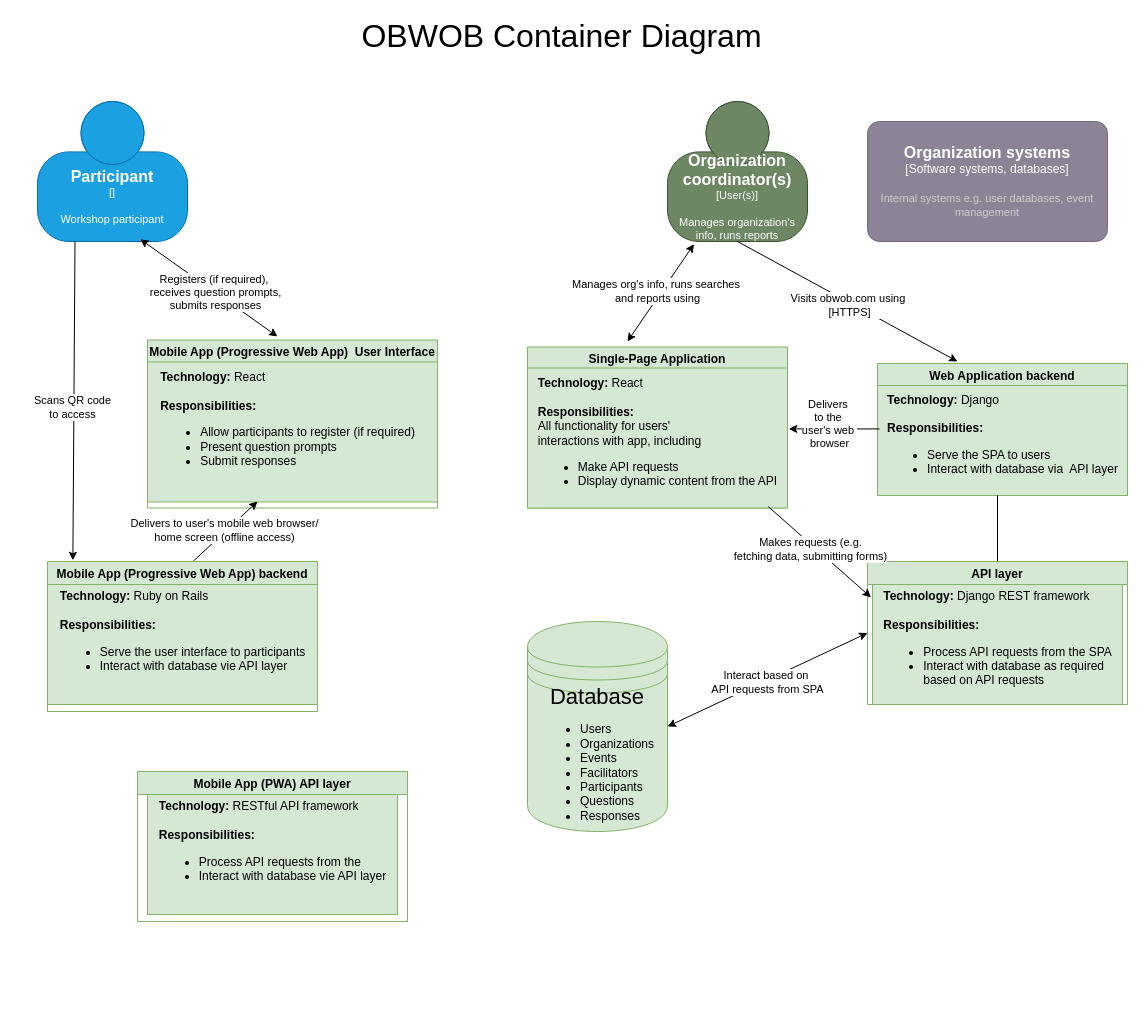
Above: documentation/c4-diagrams/2_obwob_container_diagram.drawio in laurapg1214/impact-web-interface (draw.io), before the change. Source tidied: cells renumbered, new cells numbered last; positions are measured from the earlier drawing's top-left corner, leaving out a move shared by most shapes. Both pictures are drawn from the tidied source at 100%, with x=0, y=0 at pixel (37, 21).
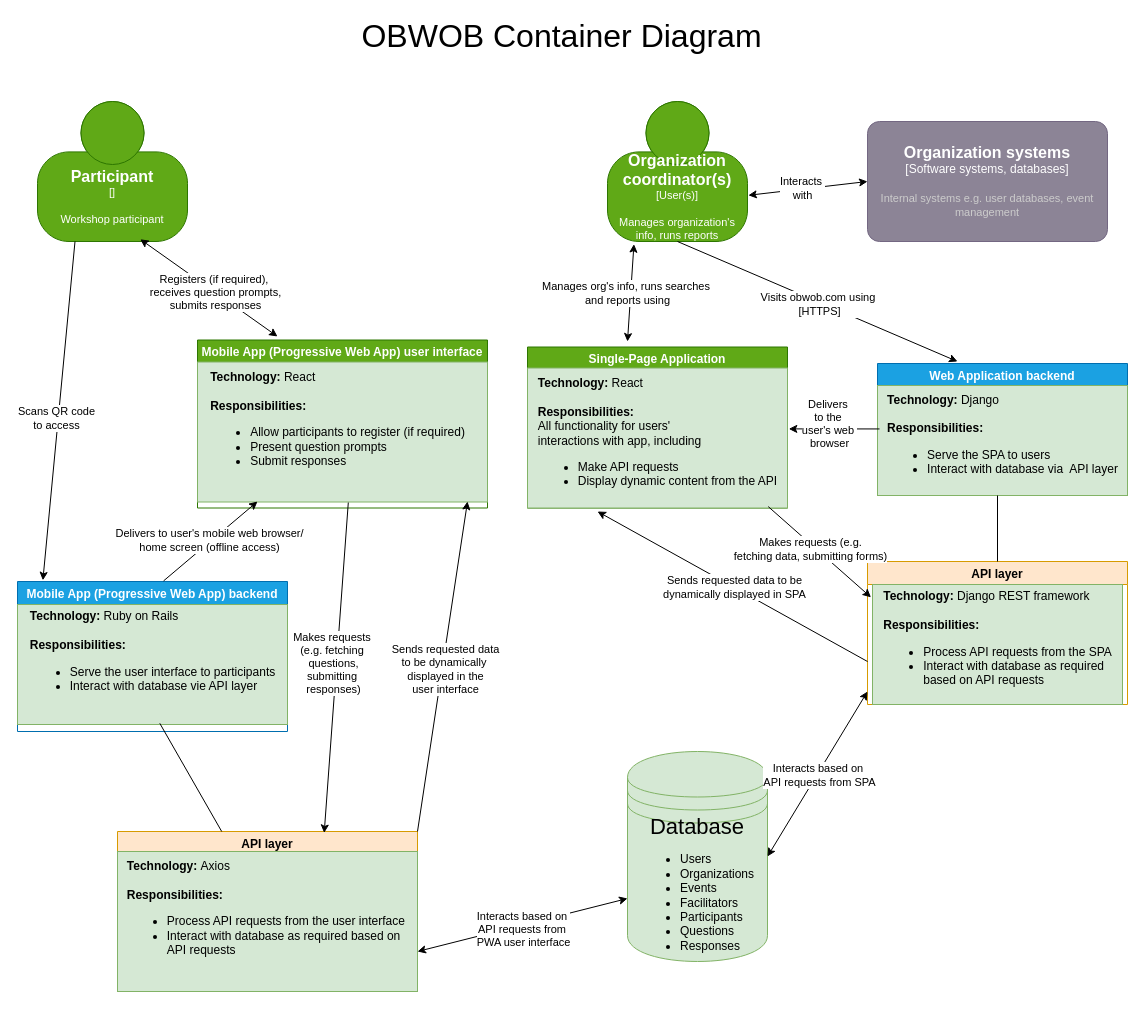
After the change.

Commit message:
mobile containers added - first draft complete

The change refers to these unchanged cells:
```xml
<mxCell id="15" value="&lt;div style=&quot;text-align: left;&quot;&gt;&lt;b style=&quot;background-color: initial;&quot;&gt;Technology: &lt;/b&gt;&lt;span style=&quot;background-color: initial;&quot;&gt;React&lt;/span&gt;&lt;/div&gt;&lt;div style=&quot;text-align: left;&quot;&gt;&lt;b&gt;&lt;br&gt;&lt;/b&gt;&lt;/div&gt;&lt;div style=&quot;text-align: left;&quot;&gt;&lt;b&gt;Responsibilities:&lt;/b&gt;&lt;/div&gt;&lt;div style=&quot;text-align: left;&quot;&gt;&lt;ul&gt;&lt;li&gt;Allow participants to register (if required)&amp;nbsp; &amp;nbsp;&lt;/li&gt;&lt;li&gt;Present question prompts&lt;/li&gt;&lt;li&gt;Submit responses&lt;/li&gt;&lt;/ul&gt;&lt;/div&gt;&lt;div style=&quot;text-align: left;&quot;&gt;&lt;span style=&quot;background-color: initial;&quot;&gt;&lt;br&gt;&lt;/span&gt;&lt;/div&gt;" style="text;html=1;align=center;verticalAlign=middle;points=[];strokeColor=#82b366;fillColor=#d5e8d4;" parent="14" vertex="1">
  <mxGeometry y="22" width="290" height="140" as="geometry" />
</mxCell>
<object id="18" label="&lt;font style=&quot;font-size: 16px&quot;&gt;&lt;b&gt;%c4Name%&lt;/b&gt;&lt;/font&gt;&lt;div&gt;[%c4Type%]&lt;/div&gt;&lt;br&gt;&lt;div&gt;&lt;font style=&quot;font-size: 11px&quot;&gt;&lt;font color=&quot;#cccccc&quot;&gt;%c4Description%&lt;/font&gt;&lt;/div&gt;" c4Description="Internal systems e.g. user databases, event management" c4Name="Organization systems" c4Type="Software systems, databases" placeholders="1">
  <mxCell style="rounded=1;whiteSpace=wrap;html=1;labelBackgroundColor=none;fillColor=#8C8496;fontColor=#ffffff;align=center;arcSize=10;strokeColor=#736782;points=[[0.25,0,0],[0.5,0,0],[0.75,0,0],[1,0.25,0],[1,0.5,0],[1,0.75,0],[0.75,1,0],[0.5,1,0],[0.25,1,0],[0,0.75,0],[0,0.5,0],[0,0.25,0]];" parent="1" vertex="1">
    <mxGeometry x="830" y="100" width="240" height="120" as="geometry" />
  </mxCell>
</object>
<mxCell id="27" value="&lt;div style=&quot;text-align: left;&quot;&gt;&lt;b style=&quot;background-color: initial;&quot;&gt;Technology: &lt;/b&gt;&lt;span style=&quot;background-color: initial;&quot;&gt;Ruby on Rails&lt;/span&gt;&lt;/div&gt;&lt;div style=&quot;text-align: left;&quot;&gt;&lt;b&gt;&lt;br&gt;&lt;/b&gt;&lt;/div&gt;&lt;div style=&quot;text-align: left;&quot;&gt;&lt;b&gt;Responsibilities:&lt;/b&gt;&lt;/div&gt;&lt;div style=&quot;text-align: left;&quot;&gt;&lt;ul&gt;&lt;li&gt;Serve the user interface to participants&lt;/li&gt;&lt;li&gt;Interact with database vie API layer&lt;/li&gt;&lt;/ul&gt;&lt;/div&gt;&lt;div style=&quot;text-align: left;&quot;&gt;&lt;span style=&quot;background-color: initial;&quot;&gt;&lt;br&gt;&lt;/span&gt;&lt;/div&gt;" style="text;html=1;align=center;verticalAlign=middle;points=[];strokeColor=#82b366;fillColor=#d5e8d4;" parent="26" vertex="1">
  <mxGeometry y="23" width="270" height="120" as="geometry" />
</mxCell>
```

The edit, as a diff of the source:
```diff
@@
     <object id="2" label="&lt;font style=&quot;font-size: 16px&quot;&gt;&lt;b&gt;%c4Name%&lt;/b&gt;&lt;/font&gt;&lt;div&gt;[%c4Type%]&lt;/div&gt;&lt;br&gt;&lt;div&gt;&lt;font style=&quot;font-size: 11px&quot;&gt;&lt;font color=&quot;#ffffff&quot;&gt;%c4Description%&lt;/font&gt;&lt;/div&gt;" c4Description="Workshop participant" c4Name="Participant" c4Type="" placeholders="1">
-      <mxCell style="html=1;fontSize=11;dashed=0;whiteSpace=wrap;shape=mxgraph.c4.person2;align=center;points=[[0.5,0,0],[1,0.5,0],[1,0.75,0],[0.75,1,0],[0.5,1,0],[0.25,1,0],[0,0.75,0],[0,0.5,0]];fillColor=#1ba1e2;strokeColor=#006EAF;fontColor=#ffffff;" parent="1" vertex="1">
+      <mxCell style="html=1;fontSize=11;dashed=0;whiteSpace=wrap;shape=mxgraph.c4.person2;align=center;points=[[0.5,0,0],[1,0.5,0],[1,0.75,0],[0.75,1,0],[0.5,1,0],[0.25,1,0],[0,0.75,0],[0,0.5,0]];fillColor=#60a917;strokeColor=#2D7600;fontColor=#ffffff;" parent="1" vertex="1">
         <mxGeometry y="80" width="150" height="140" as="geometry" />
       </mxCell>
     </object>
     <object id="3" label="&lt;font style=&quot;font-size: 16px&quot;&gt;&lt;b&gt;%c4Name%&lt;/b&gt;&lt;/font&gt;&lt;div&gt;[%c4Type%]&lt;/div&gt;&lt;br&gt;&lt;div&gt;&lt;font style=&quot;font-size: 11px&quot;&gt;&lt;font color=&quot;#ffffff&quot;&gt;%c4Description%&lt;/font&gt;&lt;/div&gt;" c4Description="Manages organization's info, runs reports" c4Name="Organization coordinator(s)" c4Type="User(s)" placeholders="1">
-      <mxCell style="html=1;fontSize=11;dashed=0;whiteSpace=wrap;fillColor=#6d8764;strokeColor=#3A5431;shape=mxgraph.c4.person2;align=center;points=[[0.5,0,0],[1,0.5,0],[1,0.75,0],[0.75,1,0],[0.5,1,0],[0.25,1,0],[0,0.75,0],[0,0.5,0]];fontColor=#ffffff;" parent="1" vertex="1">
-        <mxGeometry x="630" y="80" width="140" height="140" as="geometry" />
+      <mxCell style="html=1;fontSize=11;dashed=0;whiteSpace=wrap;fillColor=#60a917;strokeColor=#2D7600;shape=mxgraph.c4.person2;align=center;points=[[0.5,0,0],[1,0.5,0],[1,0.75,0],[0.75,1,0],[0.5,1,0],[0.25,1,0],[0,0.75,0],[0,0.5,0]];fontColor=#ffffff;" parent="1" vertex="1">
+        <mxGeometry x="570" y="80" width="140" height="140" as="geometry" />
       </mxCell>
     </object>
@@
     <mxCell id="5" value="&lt;font style=&quot;font-size: 22px;&quot;&gt;Database&lt;/font&gt;&lt;div style=&quot;text-align: left;&quot;&gt;&lt;ul&gt;&lt;li&gt;Users&lt;/li&gt;&lt;li&gt;Organizations&lt;/li&gt;&lt;li&gt;&lt;font style=&quot;font-size: 12px;&quot;&gt;Events&lt;/font&gt;&lt;/li&gt;&lt;li&gt;Facilitators&lt;/li&gt;&lt;li&gt;Participants&lt;/li&gt;&lt;li&gt;Questions&lt;/li&gt;&lt;li&gt;Responses&lt;/li&gt;&lt;/ul&gt;&lt;/div&gt;" style="shape=datastore;whiteSpace=wrap;html=1;fillColor=#d5e8d4;strokeColor=#82b366;" parent="1" vertex="1">
-      <mxGeometry x="490" y="600" width="140" height="210" as="geometry" />
+      <mxGeometry x="590" y="730" width="140" height="210" as="geometry" />
     </mxCell>
-    <mxCell id="6" value="Web Application backend" style="swimlane;startSize=23;fillColor=#d5e8d4;strokeColor=#82b366;" parent="1" vertex="1">
+    <mxCell id="6" value="Web Application backend" style="swimlane;startSize=23;fillColor=#1ba1e2;strokeColor=#006EAF;fontColor=#ffffff;" parent="1" vertex="1">
       <mxGeometry x="840" y="342" width="250" height="128" as="geometry" />
     </mxCell>
@@
-    <mxCell id="8" value="Single-Page Application" style="swimlane;startSize=23;fillColor=#d5e8d4;strokeColor=#82b366;" parent="1" vertex="1">
+    <mxCell id="8" value="Single-Page Application" style="swimlane;startSize=23;fillColor=#60a917;strokeColor=#2D7600;fontColor=#ffffff;" parent="1" vertex="1">
       <mxGeometry x="490" y="325.5" width="260" height="161" as="geometry" />
     </mxCell>
@@
-    <mxCell id="14" value="Mobile App (Progressive Web App)  User Interface" style="swimlane;startSize=23;fillColor=#d5e8d4;strokeColor=#82b366;" parent="1" vertex="1">
-      <mxGeometry x="110" y="318.5" width="290" height="168" as="geometry" />
+    <mxCell id="14" value="Mobile App (Progressive Web App) user interface" style="swimlane;startSize=23;fillColor=#60a917;strokeColor=#2D7600;fontColor=#ffffff;" parent="1" vertex="1">
+      <mxGeometry x="160" y="318.5" width="290" height="168" as="geometry" />
     </mxCell>
@@
-    <mxCell id="16" value="API layer" style="swimlane;startSize=23;fillColor=#d5e8d4;strokeColor=#82b366;" parent="1" vertex="1">
+    <mxCell id="16" value="API layer" style="swimlane;startSize=23;fillColor=#ffe6cc;strokeColor=#d79b00;" parent="1" vertex="1">
       <mxGeometry x="830" y="540" width="260" height="143" as="geometry" />
     </mxCell>
@@
-    <mxCell id="22" style="endArrow=classic;startArrow=classic;html=1;rounded=0;entryX=0;entryY=0.5;entryDx=0;entryDy=0;exitX=1;exitY=0.5;exitDx=0;exitDy=0;" parent="1" edge="1" source="5" target="16">
-      <mxGeometry relative="1" as="geometry" />
+    <mxCell id="22" style="endArrow=classic;startArrow=classic;html=1;rounded=0;exitX=1;exitY=0.5;exitDx=0;exitDy=0;" parent="1" edge="1" source="5">
+      <mxGeometry relative="1" as="geometry">
+        <mxPoint x="830" y="670" as="targetPoint" />
+      </mxGeometry>
     </mxCell>
-    <mxCell id="23" value="Interact based on&amp;nbsp;&lt;div&gt;API requests from SPA&lt;/div&gt;" style="edgeLabel;html=1;align=center;verticalAlign=middle;" parent="22" vertex="1">
+    <mxCell id="23" value="Interacts based on&amp;nbsp;&lt;div&gt;API requests from SPA&lt;/div&gt;" style="edgeLabel;html=1;align=center;verticalAlign=middle;" parent="22" vertex="1">
       <mxGeometry x="-0.01" y="-2" relative="1" as="geometry" />
     </mxCell>
@@
-    <mxCell id="26" value="Mobile App (Progressive Web App) backend" style="swimlane;startSize=23;fillColor=#d5e8d4;strokeColor=#82b366;" parent="1" vertex="1">
-      <mxGeometry x="10" y="540" width="270" height="150" as="geometry" />
+    <mxCell id="26" value="Mobile App (Progressive Web App) backend" style="swimlane;startSize=23;fillColor=#1ba1e2;strokeColor=#006EAF;fontColor=#ffffff;" parent="1" vertex="1">
+      <mxGeometry x="-20" y="560" width="270" height="150" as="geometry" />
     </mxCell>
@@
-    <mxCell id="34" value="Mobile App (PWA) API layer" style="swimlane;startSize=23;fillColor=#d5e8d4;strokeColor=#82b366;" parent="1" vertex="1">
-      <mxGeometry x="100" y="750" width="270" height="150" as="geometry" />
+    <mxCell id="34" value="API layer" style="swimlane;startSize=23;fillColor=#ffe6cc;strokeColor=#d79b00;" parent="1" vertex="1">
+      <mxGeometry x="80" y="810" width="300" height="160" as="geometry" />
     </mxCell>
-    <mxCell id="35" value="&lt;div style=&quot;text-align: left;&quot;&gt;&lt;b style=&quot;background-color: initial;&quot;&gt;Technology: &lt;/b&gt;&lt;span style=&quot;background-color: initial;&quot;&gt;RESTful API framework&lt;/span&gt;&lt;/div&gt;&lt;div style=&quot;text-align: left;&quot;&gt;&lt;b&gt;&lt;br&gt;&lt;/b&gt;&lt;/div&gt;&lt;div style=&quot;text-align: left;&quot;&gt;&lt;b&gt;Responsibilities:&lt;/b&gt;&lt;/div&gt;&lt;div style=&quot;text-align: left;&quot;&gt;&lt;ul&gt;&lt;li&gt;&lt;span style=&quot;background-color: initial;&quot;&gt;Process API requests from the&amp;nbsp;&lt;/span&gt;&lt;/li&gt;&lt;li&gt;&lt;span style=&quot;background-color: initial;&quot;&gt;Interact with database vie API layer&lt;/span&gt;&lt;br&gt;&lt;/li&gt;&lt;/ul&gt;&lt;/div&gt;&lt;div style=&quot;text-align: left;&quot;&gt;&lt;span style=&quot;background-color: initial;&quot;&gt;&lt;br&gt;&lt;/span&gt;&lt;/div&gt;" style="text;html=1;align=center;verticalAlign=middle;strokeColor=#82b366;fillColor=#d5e8d4;" parent="34" vertex="1">
-      <mxGeometry x="10" y="23" width="250" height="120" as="geometry" />
+    <mxCell id="35" value="&lt;div style=&quot;text-align: left;&quot;&gt;&lt;b style=&quot;background-color: initial;&quot;&gt;Technology: &lt;/b&gt;&lt;span style=&quot;background-color: initial;&quot;&gt;Axios&lt;/span&gt;&lt;/div&gt;&lt;div style=&quot;text-align: left;&quot;&gt;&lt;b&gt;&lt;br&gt;&lt;/b&gt;&lt;/div&gt;&lt;div style=&quot;text-align: left;&quot;&gt;&lt;b&gt;Responsibilities:&lt;/b&gt;&lt;/div&gt;&lt;div style=&quot;text-align: left;&quot;&gt;&lt;ul&gt;&lt;li&gt;&lt;span style=&quot;background-color: initial;&quot;&gt;Process API requests from the user interface&amp;nbsp;&lt;/span&gt;&lt;/li&gt;&lt;li&gt;&lt;span style=&quot;background-color: initial;&quot;&gt;Interact with database as required based on&lt;br&gt;&lt;/span&gt;API requests&lt;/li&gt;&lt;/ul&gt;&lt;/div&gt;&lt;div style=&quot;text-align: left;&quot;&gt;&lt;span style=&quot;background-color: initial;&quot;&gt;&lt;br&gt;&lt;/span&gt;&lt;/div&gt;" style="text;html=1;align=center;verticalAlign=middle;strokeColor=#82b366;fillColor=#d5e8d4;" parent="34" vertex="1">
+      <mxGeometry y="20" width="300" height="140" as="geometry" />
     </mxCell>
+    <mxCell id="36" style="endArrow=none;html=1;rounded=0;entryX=0.527;entryY=0.99;entryDx=0;entryDy=0;entryPerimeter=0;" parent="1" edge="1" source="34" target="27">
+      <mxGeometry relative="1" as="geometry" />
+    </mxCell>
+    <mxCell id="37" style="endArrow=classic;html=1;rounded=0;" parent="1" edge="1">
+      <mxGeometry relative="1" as="geometry">
+        <mxPoint x="830" y="640" as="sourcePoint" />
+        <mxPoint x="560" y="490" as="targetPoint" />
+      </mxGeometry>
+    </mxCell>
+    <mxCell id="38" value="Sends requested data to be&lt;div&gt;dynamically displayed in SPA&lt;/div&gt;" style="edgeLabel;html=1;align=center;verticalAlign=middle;" parent="37" vertex="1">
+      <mxGeometry x="-0.01" relative="1" as="geometry" />
+    </mxCell>
+    <mxCell id="39" style="endArrow=classic;html=1;rounded=0;exitX=0.52;exitY=1.004;exitDx=0;exitDy=0;exitPerimeter=0;entryX=0.689;entryY=0.009;entryDx=0;entryDy=0;entryPerimeter=0;" parent="1" edge="1" source="15" target="34">
+      <mxGeometry relative="1" as="geometry" />
+    </mxCell>
+    <mxCell id="40" value="Makes requests&amp;nbsp;&lt;div&gt;(e.g. fetching&amp;nbsp;&lt;/div&gt;&lt;div&gt;questions,&lt;/div&gt;&lt;div&gt;submitting&amp;nbsp;&lt;/div&gt;&lt;div&gt;responses)&lt;/div&gt;" style="edgeLabel;html=1;align=center;verticalAlign=middle;" parent="39" vertex="1">
+      <mxGeometry x="-0.03" y="-4" relative="1" as="geometry" />
+    </mxCell>
+    <mxCell id="41" style="endArrow=classic;startArrow=classic;html=1;rounded=0;exitX=1;exitY=0.75;exitDx=0;exitDy=0;entryX=0;entryY=0.7;entryDx=0;entryDy=0;" parent="1" edge="1" source="34" target="5">
+      <mxGeometry relative="1" as="geometry" />
+    </mxCell>
+    <mxCell id="42" value="Interacts based on&amp;nbsp;&lt;div&gt;API requests from&amp;nbsp;&lt;/div&gt;&lt;div&gt;PWA user interface&lt;/div&gt;" style="edgeLabel;html=1;align=center;verticalAlign=middle;" parent="41" vertex="1">
+      <mxGeometry x="-0.01" y="-4" relative="1" as="geometry">
+        <mxPoint x="1" as="offset" />
+      </mxGeometry>
+    </mxCell>
+    <mxCell id="43" style="endArrow=classic;html=1;rounded=0;exitX=1;exitY=0;exitDx=0;exitDy=0;" parent="1" edge="1" source="34">
+      <mxGeometry relative="1" as="geometry">
+        <mxPoint x="430" y="480" as="targetPoint" />
+      </mxGeometry>
+    </mxCell>
+    <mxCell id="44" value="Sends requested data&lt;div&gt;to be dynamically&amp;nbsp;&lt;/div&gt;&lt;div&gt;displayed in the&lt;/div&gt;&lt;div&gt;user interface&lt;/div&gt;" style="edgeLabel;html=1;align=center;verticalAlign=middle;" parent="43" vertex="1">
+      <mxGeometry x="-0.01" y="-3" relative="1" as="geometry" />
+    </mxCell>
+    <mxCell id="45" style="endArrow=classic;startArrow=classic;html=1;rounded=0;entryX=0;entryY=0.5;entryDx=0;entryDy=0;entryPerimeter=0;exitX=1.006;exitY=0.67;exitDx=0;exitDy=0;exitPerimeter=0;" parent="1" edge="1" source="3" target="18">
+      <mxGeometry relative="1" as="geometry" />
+    </mxCell>
+    <mxCell id="46" value="Interacts&amp;nbsp;&lt;div&gt;with&lt;/div&gt;" style="edgeLabel;html=1;align=center;verticalAlign=middle;" parent="45" vertex="1">
+      <mxGeometry x="-0.1" y="1" relative="1" as="geometry" />
+    </mxCell>
```
